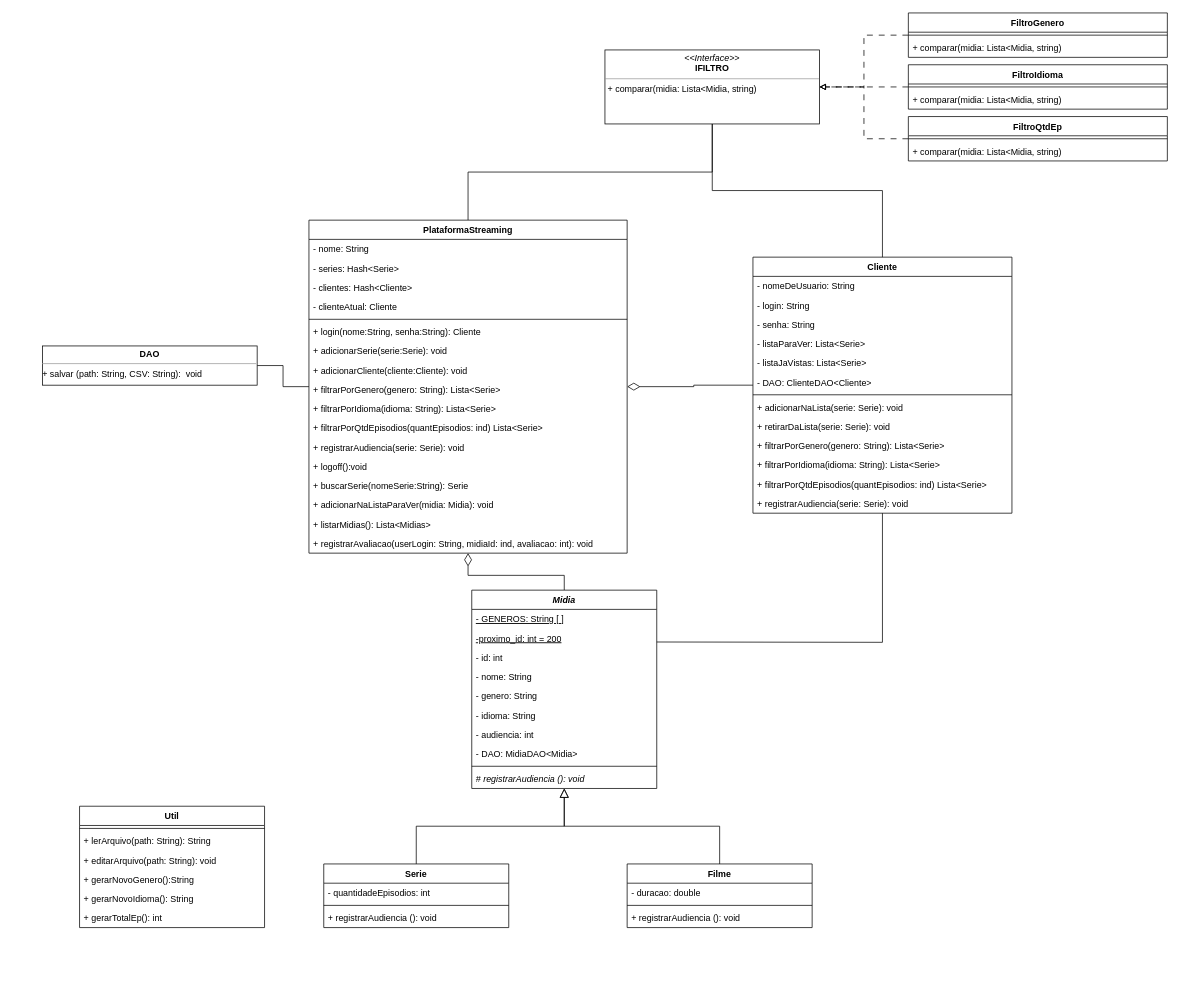
Earlier version of the draw.io diagram codigo/docs/diagrama/Classe/3.0.0/DiagramaClasse-v3.0.0.drawio (DisciplinasProgramacao/lpm_projetos_3_4_5-grupo6). Source tidied: cells renumbered, new cells numbered last; positions are measured from the earlier drawing's top-left corner, leaving out a move shared by most shapes. Both pictures are drawn from the tidied source at 74%, with x=0, y=0 at pixel (42, 13).
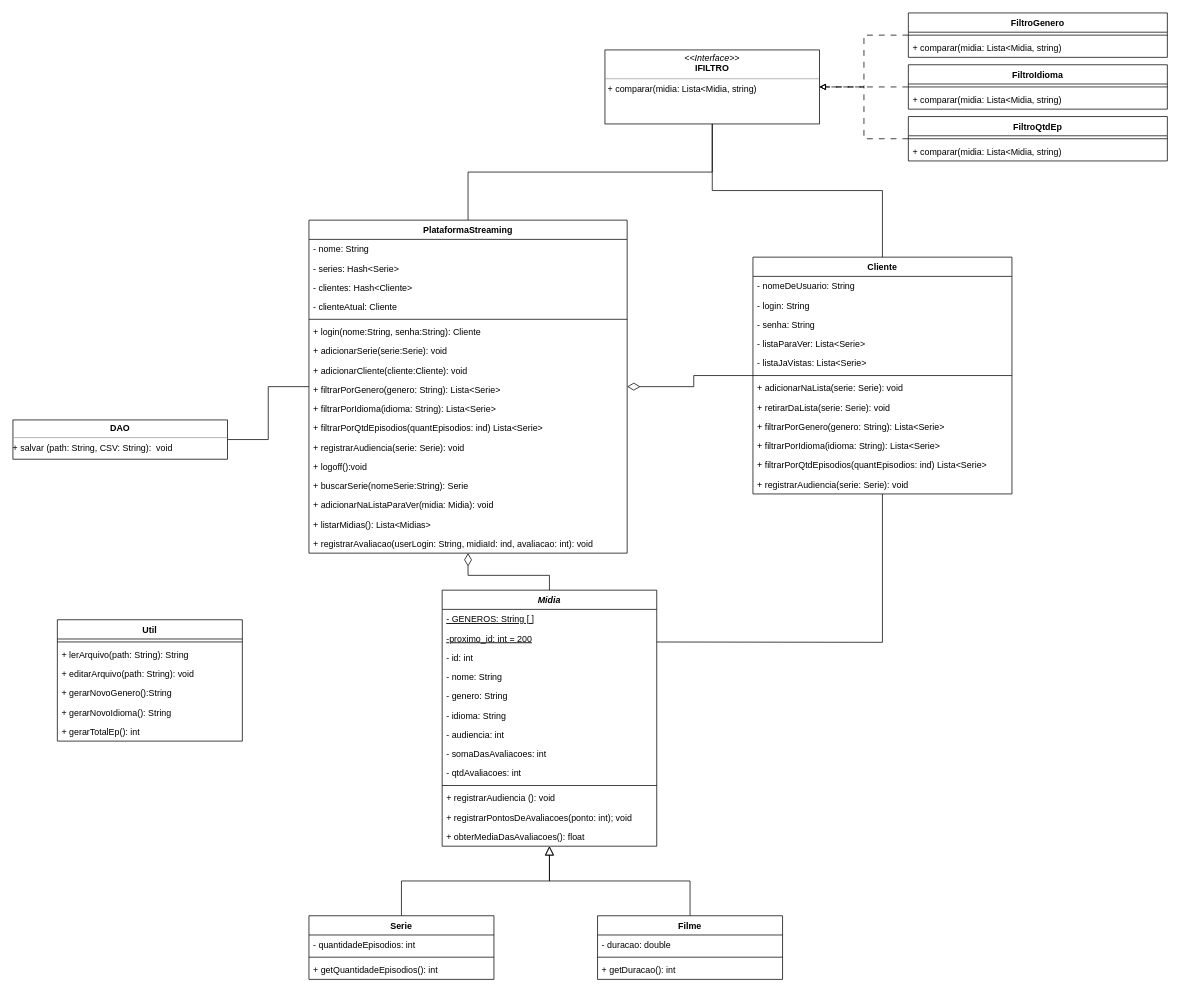
The same diagram, later.

Commit message (it also covers changes not shown here):
implementação da média das avaliações

The edit, as a diff of the source:
```diff
@@
     <mxCell id="3" value="Serie" style="swimlane;fontStyle=1;align=center;verticalAlign=top;horizontal=1;startSize=26;labelBackgroundColor=none;gradientColor=none;swimlaneFillColor=default;" parent="1" vertex="1">
-      <mxGeometry x="380" y="1150" width="250" height="86" as="geometry" />
+      <mxGeometry x="360" y="1220" width="250" height="86" as="geometry" />
     </mxCell>
@@
-    <mxCell id="6" value="+ registrarAudiencia (): void" style="text;strokeColor=none;fillColor=none;align=left;verticalAlign=top;spacingLeft=4;spacingRight=4;overflow=hidden;" parent="3" vertex="1">
+    <mxCell id="6" value="+ getQuantidadeEpisodios(): int" style="text;strokeColor=none;fillColor=none;align=left;verticalAlign=top;spacingLeft=4;spacingRight=4;overflow=hidden;" parent="3" vertex="1">
       <mxGeometry y="60" width="250" height="26" as="geometry" />
     </mxCell>
@@
     <mxCell id="8" value="Cliente" style="swimlane;fontStyle=1;align=center;verticalAlign=top;horizontal=1;startSize=26;swimlaneFillColor=default;fillColor=default;strokeColor=default;" parent="1" vertex="1">
-      <mxGeometry x="960" y="330" width="350" height="346" as="geometry" />
+      <mxGeometry x="960" y="330" width="350" height="320" as="geometry" />
     </mxCell>
@@
-    <mxCell id="14" value="- DAO: ClienteDAO&lt;Cliente&gt;" style="text;strokeColor=none;fillColor=none;align=left;verticalAlign=top;spacingLeft=4;spacingRight=4;overflow=hidden;" parent="8" vertex="1">
-      <mxGeometry y="156" width="350" height="26" as="geometry" />
-    </mxCell>
     <mxCell id="15" style="line;strokeWidth=1;fillColor=none;align=left;verticalAlign=middle;spacingTop=-1;spacingLeft=3;spacingRight=3;labelPosition=right;strokeColor=inherit;" parent="8" vertex="1">
-      <mxGeometry y="182" width="350" height="8" as="geometry" />
+      <mxGeometry y="156" width="350" height="8" as="geometry" />
     </mxCell>
     <mxCell id="16" value="+ adicionarNaLista(serie: Serie): void" style="text;strokeColor=none;fillColor=none;align=left;verticalAlign=top;spacingLeft=4;spacingRight=4;overflow=hidden;" parent="8" vertex="1">
-      <mxGeometry y="190" width="350" height="26" as="geometry" />
+      <mxGeometry y="164" width="350" height="26" as="geometry" />
     </mxCell>
     <mxCell id="17" value="+ retirarDaLista(serie: Serie): void" style="text;strokeColor=none;fillColor=none;align=left;verticalAlign=top;spacingLeft=4;spacingRight=4;overflow=hidden;" parent="8" vertex="1">
-      <mxGeometry y="216" width="350" height="26" as="geometry" />
+      <mxGeometry y="190" width="350" height="26" as="geometry" />
     </mxCell>
     <mxCell id="18" value="+ filtrarPorGenero(genero: String): Lista&lt;Serie&gt;" style="text;strokeColor=none;fillColor=none;align=left;verticalAlign=top;spacingLeft=4;spacingRight=4;overflow=hidden;" parent="8" vertex="1">
-      <mxGeometry y="242" width="350" height="26" as="geometry" />
+      <mxGeometry y="216" width="350" height="26" as="geometry" />
     </mxCell>
     <mxCell id="19" value="+ filtrarPorIdioma(idioma: String): Lista&lt;Serie&gt;" style="text;strokeColor=none;fillColor=none;align=left;verticalAlign=top;spacingLeft=4;spacingRight=4;overflow=hidden;" parent="8" vertex="1">
-      <mxGeometry y="268" width="350" height="26" as="geometry" />
+      <mxGeometry y="242" width="350" height="26" as="geometry" />
     </mxCell>
     <mxCell id="20" value="+ filtrarPorQtdEpisodios(quantEpisodios: ind) Lista&lt;Serie&gt;" style="text;strokeColor=none;fillColor=none;align=left;verticalAlign=top;spacingLeft=4;spacingRight=4;overflow=hidden;" parent="8" vertex="1">
-      <mxGeometry y="294" width="350" height="26" as="geometry" />
+      <mxGeometry y="268" width="350" height="26" as="geometry" />
     </mxCell>
     <mxCell id="21" value="+ registrarAudiencia(serie: Serie): void" style="text;strokeColor=none;fillColor=none;align=left;verticalAlign=top;spacingLeft=4;spacingRight=4;overflow=hidden;" parent="8" vertex="1">
-      <mxGeometry y="320" width="350" height="26" as="geometry" />
+      <mxGeometry y="294" width="350" height="26" as="geometry" />
     </mxCell>
@@
     <mxCell id="45" value="Filme" style="swimlane;fontStyle=1;align=center;verticalAlign=top;horizontal=1;startSize=26;labelBackgroundColor=none;gradientColor=none;swimlaneFillColor=default;" parent="1" vertex="1">
-      <mxGeometry x="790" y="1150" width="250" height="86" as="geometry" />
+      <mxGeometry x="750" y="1220" width="250" height="86" as="geometry" />
     </mxCell>
@@
-    <mxCell id="48" value="+ registrarAudiencia (): void" style="text;strokeColor=none;fillColor=none;align=left;verticalAlign=top;spacingLeft=4;spacingRight=4;overflow=hidden;" parent="45" vertex="1">
-      <mxGeometry y="60" width="250" height="26" as="geometry" />
-    </mxCell>
+    <mxCell id="82" value="+ getDuracao(): int" style="text;strokeColor=none;fillColor=none;align=left;verticalAlign=top;spacingLeft=4;spacingRight=4;overflow=hidden;" parent="45" vertex="1">
+      <mxGeometry y="60" width="250" height="26" as="geometry" />
+    </mxCell>
     <mxCell id="49" value="Midia" style="swimlane;fontStyle=3;align=center;verticalAlign=top;horizontal=1;startSize=26;labelBackgroundColor=none;gradientColor=none;swimlaneFillColor=default;" parent="1" vertex="1">
-      <mxGeometry x="580" y="780" width="250" height="268" as="geometry" />
+      <mxGeometry x="540" y="780" width="290" height="346" as="geometry" />
     </mxCell>
     <mxCell id="50" value="- GENEROS: String [ ]" style="text;strokeColor=none;fillColor=none;align=left;verticalAlign=top;spacingLeft=4;spacingRight=4;overflow=hidden;fontStyle=4;" parent="49" vertex="1">
-      <mxGeometry y="26" width="250" height="26" as="geometry" />
+      <mxGeometry y="26" width="290" height="26" as="geometry" />
     </mxCell>
     <mxCell id="51" value="-proximo_id: int = 200" style="text;strokeColor=none;fillColor=none;align=left;verticalAlign=top;spacingLeft=4;spacingRight=4;overflow=hidden;fontStyle=4;" parent="49" vertex="1">
-      <mxGeometry y="52" width="250" height="26" as="geometry" />
+      <mxGeometry y="52" width="290" height="26" as="geometry" />
     </mxCell>
     <mxCell id="52" value="- id: int" style="text;strokeColor=none;fillColor=none;align=left;verticalAlign=top;spacingLeft=4;spacingRight=4;overflow=hidden;" parent="49" vertex="1">
-      <mxGeometry y="78" width="250" height="26" as="geometry" />
+      <mxGeometry y="78" width="290" height="26" as="geometry" />
     </mxCell>
     <mxCell id="53" value="- nome: String" style="text;strokeColor=none;fillColor=none;align=left;verticalAlign=top;spacingLeft=4;spacingRight=4;overflow=hidden;" parent="49" vertex="1">
-      <mxGeometry y="104" width="250" height="26" as="geometry" />
+      <mxGeometry y="104" width="290" height="26" as="geometry" />
     </mxCell>
     <mxCell id="54" value="- genero: String" style="text;strokeColor=none;fillColor=none;align=left;verticalAlign=top;spacingLeft=4;spacingRight=4;overflow=hidden;" parent="49" vertex="1">
-      <mxGeometry y="130" width="250" height="26" as="geometry" />
+      <mxGeometry y="130" width="290" height="26" as="geometry" />
     </mxCell>
     <mxCell id="55" value="- idioma: String" style="text;strokeColor=none;fillColor=none;align=left;verticalAlign=top;spacingLeft=4;spacingRight=4;overflow=hidden;" parent="49" vertex="1">
-      <mxGeometry y="156" width="250" height="26" as="geometry" />
+      <mxGeometry y="156" width="290" height="26" as="geometry" />
     </mxCell>
     <mxCell id="56" value="- audiencia: int" style="text;strokeColor=none;fillColor=none;align=left;verticalAlign=top;spacingLeft=4;spacingRight=4;overflow=hidden;" parent="49" vertex="1">
-      <mxGeometry y="182" width="250" height="26" as="geometry" />
+      <mxGeometry y="182" width="290" height="26" as="geometry" />
     </mxCell>
-    <mxCell id="57" value="- DAO: MidiaDAO&lt;Midia&gt;" style="text;strokeColor=none;fillColor=none;align=left;verticalAlign=top;spacingLeft=4;spacingRight=4;overflow=hidden;" parent="49" vertex="1">
-      <mxGeometry y="208" width="250" height="26" as="geometry" />
-    </mxCell>
+    <mxCell id="83" value="- somaDasAvaliacoes: int" style="text;strokeColor=none;fillColor=none;align=left;verticalAlign=top;spacingLeft=4;spacingRight=4;overflow=hidden;" parent="49" vertex="1">
+      <mxGeometry y="208" width="290" height="26" as="geometry" />
+    </mxCell>
+    <mxCell id="84" value="- qtdAvaliacoes: int" style="text;strokeColor=none;fillColor=none;align=left;verticalAlign=top;spacingLeft=4;spacingRight=4;overflow=hidden;" parent="49" vertex="1">
+      <mxGeometry y="234" width="290" height="26" as="geometry" />
+    </mxCell>
     <mxCell id="58" style="line;strokeWidth=1;fillColor=none;align=left;verticalAlign=middle;spacingTop=-1;spacingLeft=3;spacingRight=3;labelPosition=right;strokeColor=inherit;" parent="49" vertex="1">
-      <mxGeometry y="234" width="250" height="8" as="geometry" />
+      <mxGeometry y="260" width="290" height="8" as="geometry" />
     </mxCell>
-    <mxCell id="59" value="# registrarAudiencia (): void" style="text;strokeColor=none;fillColor=none;align=left;verticalAlign=top;spacingLeft=4;spacingRight=4;overflow=hidden;fontStyle=2;" parent="49" vertex="1">
-      <mxGeometry y="242" width="250" height="26" as="geometry" />
+    <mxCell id="59" value="+ registrarAudiencia (): void" style="text;strokeColor=none;fillColor=none;align=left;verticalAlign=top;spacingLeft=4;spacingRight=4;overflow=hidden;fontStyle=0;" parent="49" vertex="1">
+      <mxGeometry y="268" width="290" height="26" as="geometry" />
     </mxCell>
+    <mxCell id="85" value="+ registrarPontosDeAvaliacoes(ponto: int); void" style="text;strokeColor=none;fillColor=none;align=left;verticalAlign=top;spacingLeft=4;spacingRight=4;overflow=hidden;fontStyle=0;" parent="49" vertex="1">
+      <mxGeometry y="294" width="290" height="26" as="geometry" />
+    </mxCell>
+    <mxCell id="86" value="+ obterMediaDasAvaliacoes(): float" style="text;strokeColor=none;fillColor=none;align=left;verticalAlign=top;spacingLeft=4;spacingRight=4;overflow=hidden;fontStyle=0;" parent="49" vertex="1">
+      <mxGeometry y="320" width="290" height="26" as="geometry" />
+    </mxCell>
@@
     <mxCell id="74" value="&lt;p style=&quot;margin:0px;margin-top:4px;text-align:center;&quot;&gt;&lt;b&gt;DAO&lt;/b&gt;&lt;/p&gt;&lt;hr size=&quot;1&quot;&gt;+ salvar (path: String, CSV: String):&amp;nbsp;&amp;nbsp;void&amp;nbsp;&lt;br&gt;&lt;br&gt;&lt;br&gt;&lt;p style=&quot;margin:0px;margin-left:4px;&quot;&gt;&lt;/p&gt;" style="verticalAlign=top;align=left;overflow=fill;fontSize=12;fontFamily=Helvetica;html=1;whiteSpace=wrap;" parent="1" vertex="1">
-      <mxGeometry y="450" width="290" height="53" as="geometry" />
+      <mxGeometry x="-40" y="550" width="290" height="53" as="geometry" />
     </mxCell>
     <mxCell id="75" value="Util" style="swimlane;fontStyle=1;align=center;verticalAlign=top;horizontal=1;startSize=26;labelBackgroundColor=none;gradientColor=none;swimlaneFillColor=default;" parent="1" vertex="1">
-      <mxGeometry x="50" y="1072" width="250" height="164" as="geometry" />
+      <mxGeometry x="20" y="820" width="250" height="164" as="geometry" />
     </mxCell>
```
